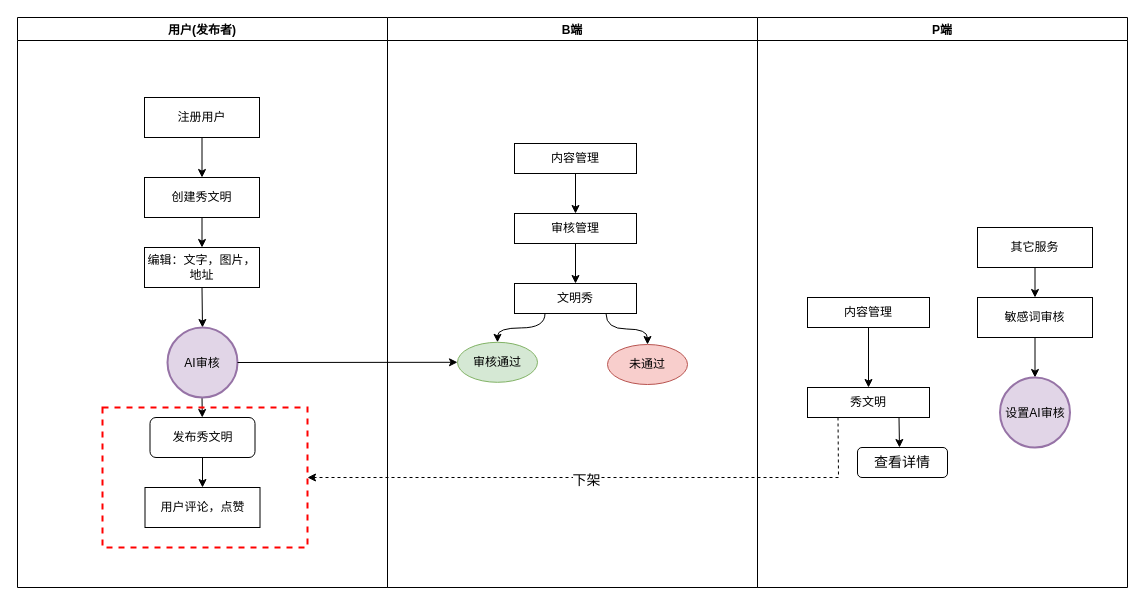
KZ137onethe/hello-world keeps this draw.io diagram as 文明实践-秀文明.drawio. Above is the earlier version. Source tidied: cells renumbered, new cells numbered last; positions are measured from the earlier drawing's top-left corner, leaving out a move shared by most shapes. Both pictures are drawn from the tidied source at 100%, with x=0, y=0 at pixel (17, 17).
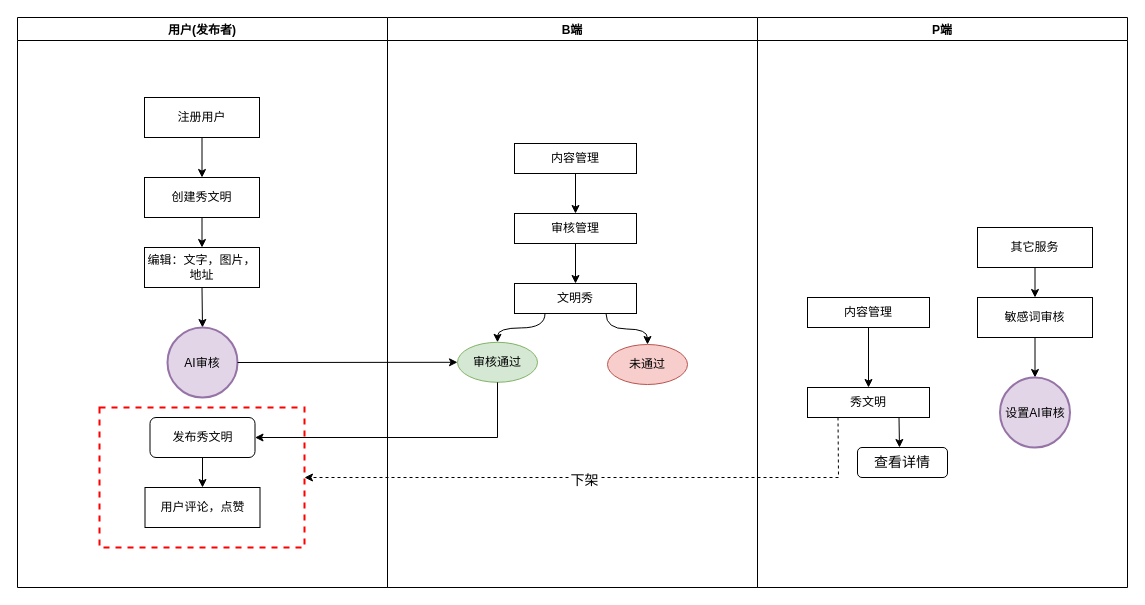
The same page after the edit.

Commit message (it also covers changes not shown here):
文明实践-秀文明.drawio

The change refers to these unchanged cells:
```xml
<mxCell id="2" value="用户(发布者)" style="swimlane;" parent="1" vertex="1">
  <mxGeometry width="370" height="570" as="geometry" />
</mxCell>
<mxCell id="9" value="发布秀文明" style="rounded=1;whiteSpace=wrap;html=1;" parent="2" vertex="1">
  <mxGeometry x="132.5" y="400" width="105" height="40" as="geometry" />
</mxCell>
<mxCell id="21" value="审核通过" style="ellipse;whiteSpace=wrap;html=1;fillColor=#d5e8d4;strokeColor=#82b366;" parent="15" vertex="1">
  <mxGeometry x="70" y="324.8" width="80" height="40" as="geometry" />
</mxCell>
```

What changed in the source:
```diff
@@
-    <mxCell id="12" style="endArrow=classic;html=1;rounded=0;exitX=0.5;exitY=1;exitDx=0;exitDy=0;" parent="2" edge="1" target="9">
-      <mxGeometry relative="1" as="geometry">
-        <mxPoint x="184.5" y="377.5" as="sourcePoint" />
-      </mxGeometry>
-    </mxCell>
     <mxCell id="13" style="whiteSpace=wrap;html=1;align=center;fillColor=none;strokeColor=#FF0000;strokeWidth=2;dashed=1;" parent="2" vertex="1">
-      <mxGeometry x="85" y="390" width="205" height="140" as="geometry" />
+      <mxGeometry x="82" y="390" width="205" height="140" as="geometry" />
     </mxCell>
@@
+    <mxCell id="39" style="endArrow=classic;html=1;rounded=0;fontSize=14;exitX=0.5;exitY=1;exitDx=0;exitDy=0;entryX=1;entryY=0.5;entryDx=0;entryDy=0;" parent="1" edge="1" source="21" target="9">
+      <mxGeometry relative="1" as="geometry">
+        <Array as="points">
+          <mxPoint x="480" y="420" />
+        </Array>
+      </mxGeometry>
+    </mxCell>
```
